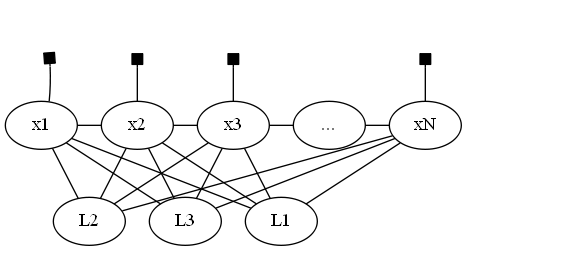
Earlier version of the Graphviz export LSO_assign.png (afit-continuous-optimization-sp2019/main). Its source is kept beside it as LSO_assign.dot.
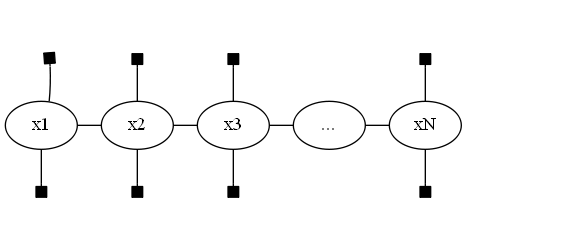
Later version of the same file.

Diff of the diagram source:
```diff
@@ -1,4 +1,4 @@
-digraph TwoAircraftMeasurements {
+digraph ThreeAircraftMeasurements {
     splines=false
     {rank=same i1  i2  i3  idots in}
     i1[style=invis]
@@ -23,28 +23,21 @@
     edge[arrowhead=none]
     {rank=same x1 -> x2 -> x3 -> dots -> xN}
     dots[label=<...>]
-    subgraph cluster_0{
-        color=none
-        #Here just for keeping L1, L2, L3 in order...
-        edge[style=invisible,arrowhead="none"]
-        {rank=same L1 -> L2 -> L3}
+
+    {rank=same b1  b2  b3  bdots bn}
+    b1[style=invis]
+    b2[style=invis]
+    b3[style=invis]
+    bdots[style=invis]
+    bn[style=invis]
+
+    subgraph boxnodesDown{
+        edge[arrowhead=box]
+        x1 -> b1
+        x2 -> b2
+        x3 -> b3
+        xN -> bn
     }
-
-    x1 -> L1;
-    x2 -> L1;
-    x3 -> L1;
-    xN -> L1;
-
-    x1 -> L2;
-    x2 -> L2;
-    x3 -> L2;
-    xN -> L2;
-
-    x1 -> L3;
-    x2 -> L3;
-    x3 -> L3;
-    xN -> L3;
-
 
 
 
```
